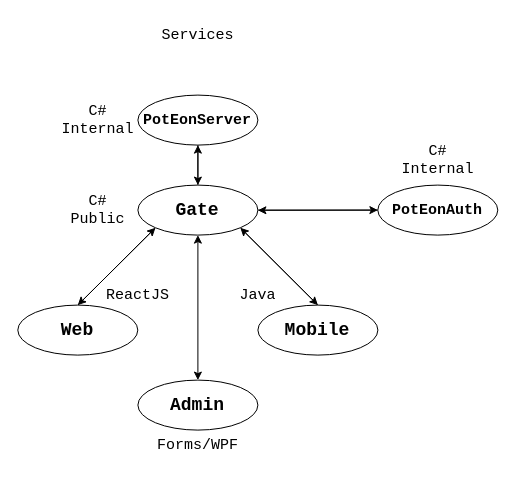
Earlier version of the draw.io diagram page "Arch" (1 of 2) of PE1.Architecture.drawio (IadoRet/PotEon). Source tidied: cells renumbered, new cells numbered last; positions are measured from the earlier drawing's top-left corner, leaving out a move shared by most shapes. Both pictures are drawn from the tidied source at 100%, with x=0, y=0 at pixel (17, 20).
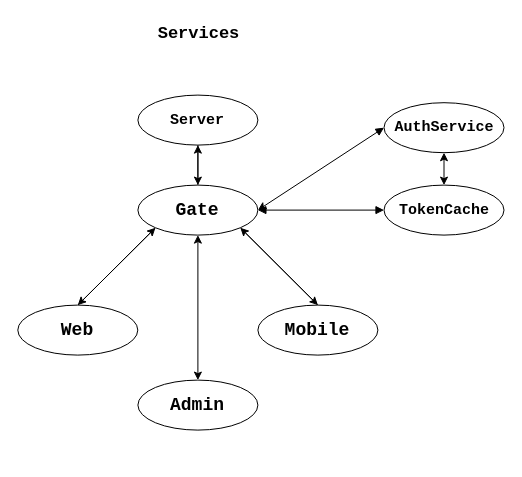
Above is the later version.

Unchanged cells that the change refers to:
```xml
<mxCell id="8" value="&lt;h3&gt;&lt;font style=&quot;font-size: 18px;&quot; face=&quot;Courier New&quot;&gt;Gate&lt;/font&gt;&lt;/h3&gt;" style="ellipse;whiteSpace=wrap;html=1;labelBackgroundColor=none;" parent="1" vertex="1">
  <mxGeometry x="120.4" y="164.6" width="120" height="50" as="geometry" />
</mxCell>
```

The edit, as a diff of the source:
```diff
@@
-    <mxCell id="3" value="&lt;h3&gt;&lt;font style=&quot;font-size: 15px;&quot; face=&quot;Courier New&quot;&gt;PotEonServer&lt;/font&gt;&lt;/h3&gt;" style="ellipse;whiteSpace=wrap;html=1;labelBackgroundColor=none;" parent="1" vertex="1">
+    <mxCell id="3" value="&lt;h3&gt;&lt;font face=&quot;Courier New&quot;&gt;&lt;span style=&quot;font-size: 15px;&quot;&gt;Server&lt;/span&gt;&lt;/font&gt;&lt;/h3&gt;" style="ellipse;whiteSpace=wrap;html=1;labelBackgroundColor=none;" parent="1" vertex="1">
       <mxGeometry x="120.4" y="74.6" width="120" height="50" as="geometry" />
     </mxCell>
-    <mxCell id="4" style="edgeStyle=none;rounded=0;jettySize=auto;html=1;entryX=0;entryY=0.5;entryDx=0;entryDy=0;fontFamily=Courier New;fontSize=15;labelBackgroundColor=none;fontColor=default;" parent="1" edge="1" source="8">
-      <mxGeometry relative="1" as="geometry">
-        <mxPoint x="360.4" y="189.6" as="targetPoint" />
-      </mxGeometry>
-    </mxCell>
@@
+    <mxCell id="24" style="jettySize=auto;html=1;exitX=1;exitY=0.5;exitDx=0;exitDy=0;entryX=0;entryY=0.5;entryDx=0;entryDy=0;rounded=0;strokeColor=default;jumpStyle=none;endArrow=block;endFill=1;startArrow=block;startFill=1;" parent="1" edge="1" source="8" target="26">
+      <mxGeometry relative="1" as="geometry" />
+    </mxCell>
+    <mxCell id="25" style="edgeStyle=none;rounded=0;jumpStyle=none;jettySize=auto;html=1;exitX=1;exitY=0.5;exitDx=0;exitDy=0;entryX=0;entryY=0.5;entryDx=0;entryDy=0;strokeColor=default;startArrow=classic;startFill=1;endArrow=block;endFill=1;" parent="1" edge="1" source="8" target="14">
+      <mxGeometry relative="1" as="geometry" />
+    </mxCell>
@@
-    <mxCell id="13" style="edgeStyle=none;rounded=0;orthogonalLoop=1;jettySize=auto;html=1;exitX=0;exitY=0.5;exitDx=0;exitDy=0;fontFamily=Courier New;fontSize=15;labelBackgroundColor=none;fontColor=default;" parent="1" edge="1">
-      <mxGeometry relative="1" as="geometry">
-        <mxPoint x="360.4" y="189.6" as="sourcePoint" />
-        <mxPoint x="240.4" y="189.8" as="targetPoint" />
-      </mxGeometry>
+    <mxCell id="13" style="edgeStyle=none;rounded=0;jettySize=auto;html=1;fontFamily=Courier New;fontSize=15;labelBackgroundColor=none;fontColor=default;entryX=0.5;entryY=0;entryDx=0;entryDy=0;exitX=0.5;exitY=1;exitDx=0;exitDy=0;startArrow=classic;startFill=1;" parent="1" edge="1" source="14" target="26">
+      <mxGeometry relative="1" as="geometry" />
     </mxCell>
-    <mxCell id="14" value="&lt;h3&gt;&lt;font style=&quot;font-size: 15px;&quot; face=&quot;Courier New&quot;&gt;PotEonAuth&lt;/font&gt;&lt;/h3&gt;" style="ellipse;whiteSpace=wrap;html=1;labelBackgroundColor=none;" parent="1" vertex="1">
-      <mxGeometry x="360.3" y="164.6" width="120" height="50" as="geometry" />
+    <mxCell id="14" value="&lt;h3&gt;&lt;font style=&quot;font-size: 15px;&quot; face=&quot;Courier New&quot;&gt;AuthService&lt;/font&gt;&lt;/h3&gt;" style="ellipse;whiteSpace=wrap;html=1;labelBackgroundColor=none;" parent="1" vertex="1">
+      <mxGeometry x="366.5" y="82.2" width="120" height="50" as="geometry" />
     </mxCell>
-    <mxCell id="15" value="C#&lt;br&gt;Internal" style="text;html=1;align=center;verticalAlign=middle;strokeColor=none;fillColor=none;fontSize=15;fontFamily=Courier New;labelBackgroundColor=none;" parent="1" vertex="1">
-      <mxGeometry x="30.3" y="74.6" width="100" height="50" as="geometry" />
-    </mxCell>
-    <mxCell id="16" value="C#&lt;br&gt;Public" style="text;html=1;align=center;verticalAlign=middle;strokeColor=none;fillColor=none;fontSize=15;fontFamily=Courier New;labelBackgroundColor=none;" parent="1" vertex="1">
-      <mxGeometry x="40.3" y="164.6" width="80" height="50" as="geometry" />
-    </mxCell>
-    <mxCell id="17" value="C#&lt;br&gt;Internal" style="text;html=1;align=center;verticalAlign=middle;strokeColor=none;fillColor=none;fontSize=15;fontFamily=Courier New;labelBackgroundColor=none;" parent="1" vertex="1">
-      <mxGeometry x="370.3" y="114.6" width="100" height="50" as="geometry" />
-    </mxCell>
-    <mxCell id="18" value="ReactJS" style="text;html=1;align=center;verticalAlign=middle;strokeColor=none;fillColor=none;fontSize=15;fontFamily=Courier New;labelBackgroundColor=none;" parent="1" vertex="1">
-      <mxGeometry x="75.4" y="259.6" width="90" height="30" as="geometry" />
-    </mxCell>
-    <mxCell id="19" value="Java" style="text;html=1;align=center;verticalAlign=middle;strokeColor=none;fillColor=none;fontSize=15;fontFamily=Courier New;labelBackgroundColor=none;" parent="1" vertex="1">
-      <mxGeometry x="210.4" y="259.6" width="60" height="30" as="geometry" />
-    </mxCell>
-    <mxCell id="20" value="Services" style="text;html=1;align=center;verticalAlign=middle;strokeColor=none;fillColor=none;fontSize=15;fontFamily=Courier New;labelBackgroundColor=none;" parent="1" vertex="1">
-      <mxGeometry x="130.4" y="-0.4" width="100" height="30" as="geometry" />
+    <mxCell id="20" value="&lt;font style=&quot;font-size: 17px;&quot;&gt;&lt;b&gt;Services&lt;/b&gt;&lt;/font&gt;" style="text;html=1;align=center;verticalAlign=middle;strokeColor=none;fillColor=none;fontSize=15;fontFamily=Courier New;labelBackgroundColor=none;rounded=0;glass=0;shadow=0;" parent="1" vertex="1">
+      <mxGeometry x="129.4" y="-3.4" width="102.4" height="35.4" as="geometry" />
     </mxCell>
@@
-    <mxCell id="23" value="Forms/WPF" style="text;html=1;align=center;verticalAlign=middle;strokeColor=none;fillColor=none;fontSize=15;fontFamily=Courier New;labelBackgroundColor=none;" parent="1" vertex="1">
-      <mxGeometry x="130.4" y="409.6" width="100" height="30" as="geometry" />
-    </mxCell>
+    <mxCell id="26" value="&lt;h3&gt;&lt;font style=&quot;font-size: 15px;&quot; face=&quot;Courier New&quot;&gt;TokenCache&lt;/font&gt;&lt;/h3&gt;" style="ellipse;whiteSpace=wrap;html=1;labelBackgroundColor=none;" parent="1" vertex="1">
+      <mxGeometry x="366.5" y="164.6" width="120" height="50" as="geometry" />
+    </mxCell>
```
